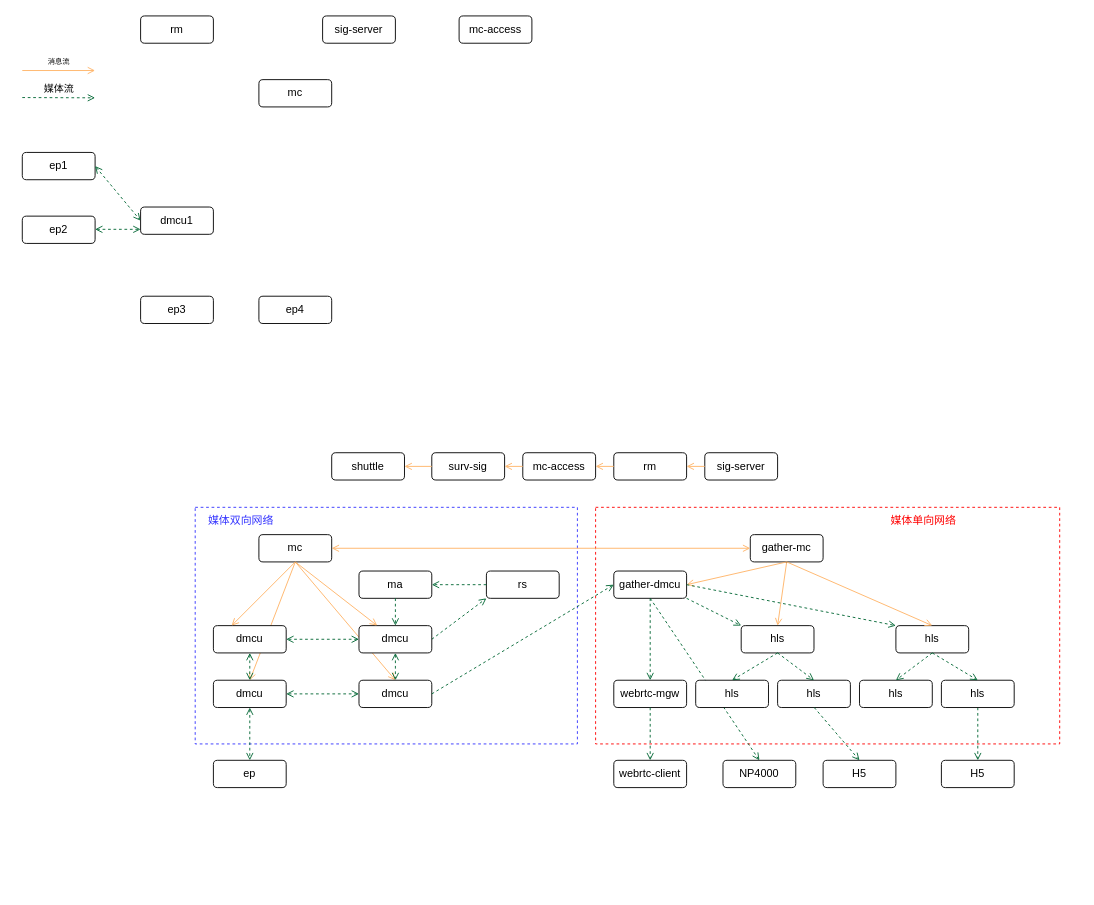
This is 单向网络-内网直播.drawio from Liaozengxiang/test, a draw.io file, before an edit. Source tidied: cells renumbered, new cells numbered last; positions are measured from the earlier drawing's top-left corner, leaving out a move shared by most shapes. Both pictures are drawn from the tidied source at 91%, with x=0, y=0 at pixel (22, 15).
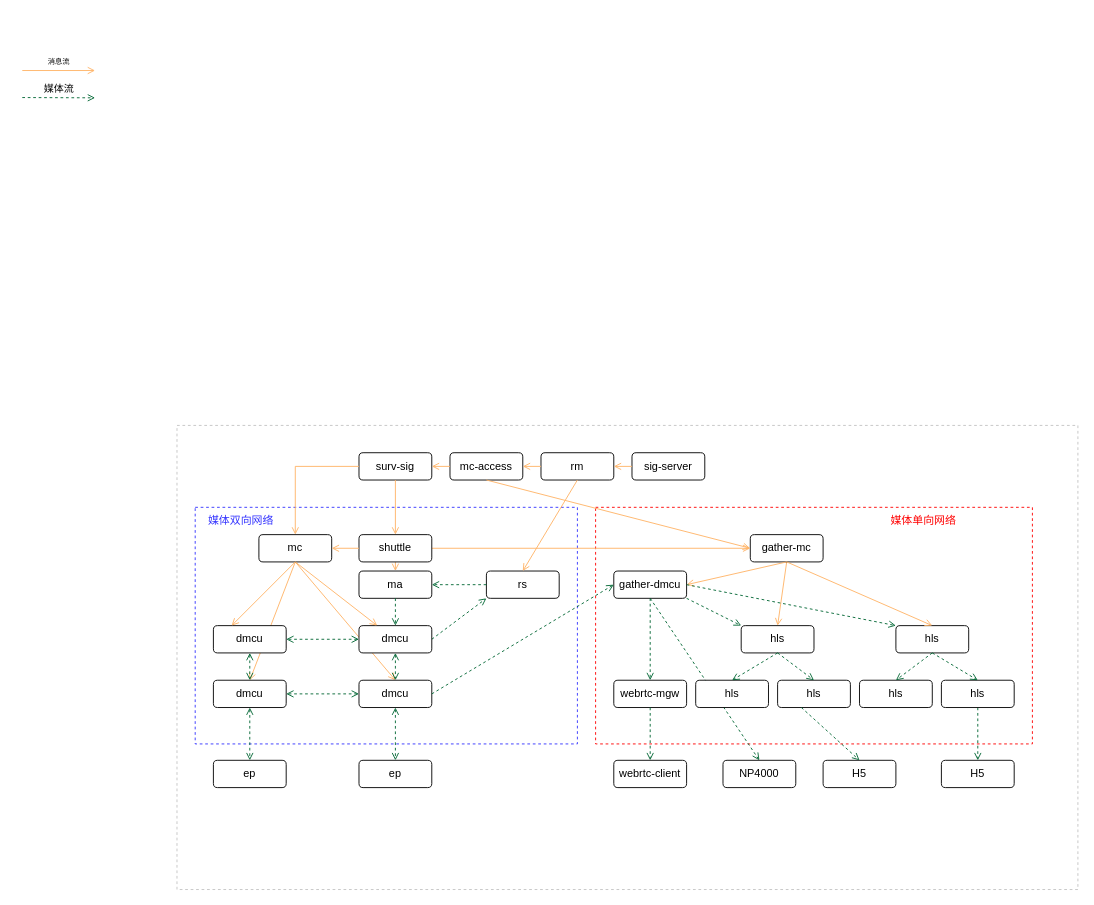
The same page after the edit.

Commit message (it also covers changes not shown here):
Update 单向网络-内网直播.drawio

Unchanged cells that the change refers to:
```xml
<mxCell id="17" value="gather-mc" style="rounded=1;whiteSpace=wrap;html=1;" parent="1" vertex="1">
  <mxGeometry x="800" y="570" width="80" height="30" as="geometry" />
</mxCell>
<mxCell id="39" value="ma" style="rounded=1;whiteSpace=wrap;html=1;" parent="1" vertex="1">
  <mxGeometry x="370" y="610" width="80" height="30" as="geometry" />
</mxCell>
<mxCell id="42" value="rs" style="rounded=1;whiteSpace=wrap;html=1;" parent="1" vertex="1">
  <mxGeometry x="510" y="610" width="80" height="30" as="geometry" />
</mxCell>
<mxCell id="51" value="dmcu" style="rounded=1;whiteSpace=wrap;html=1;" parent="1" vertex="1">
  <mxGeometry x="370" y="730" width="80" height="30" as="geometry" />
</mxCell>
<mxCell id="52" value="mc" style="rounded=1;whiteSpace=wrap;html=1;" parent="1" vertex="1">
  <mxGeometry x="260" y="570" width="80" height="30" as="geometry" />
</mxCell>
```

Change to the diagram source:
```diff
@@
+    <mxCell id="77" style="rounded=0;whiteSpace=wrap;html=1;dashed=1;fontSize=11;strokeColor=#C4C4C4;" parent="1" vertex="1">
+      <mxGeometry x="170" y="450" width="990" height="510" as="geometry" />
+    </mxCell>
     <mxCell id="2" style="rounded=0;whiteSpace=wrap;html=1;dashed=1;shadow=0;strokeWidth=1;perimeterSpacing=0;strokeColor=#FF0000;" parent="1" vertex="1">
-      <mxGeometry x="630" y="540" width="510" height="260" as="geometry" />
+      <mxGeometry x="630" y="540" width="480" height="260" as="geometry" />
     </mxCell>
@@
-    <mxCell id="8" value="sig-server" style="rounded=1;whiteSpace=wrap;html=1;" parent="1" vertex="1">
-      <mxGeometry x="330" width="80" height="30" as="geometry" />
-    </mxCell>
-    <mxCell id="9" value="mc" style="rounded=1;whiteSpace=wrap;html=1;" parent="1" vertex="1">
-      <mxGeometry x="260" y="70" width="80" height="30" as="geometry" />
-    </mxCell>
-    <mxCell id="10" value="dmcu1" style="rounded=1;whiteSpace=wrap;html=1;" parent="1" vertex="1">
-      <mxGeometry x="130" y="210" width="80" height="30" as="geometry" />
-    </mxCell>
-    <mxCell id="11" value="ep1" style="rounded=1;whiteSpace=wrap;html=1;" parent="1" vertex="1">
-      <mxGeometry y="150" width="80" height="30" as="geometry" />
-    </mxCell>
-    <mxCell id="12" value="ep2" style="rounded=1;whiteSpace=wrap;html=1;" parent="1" vertex="1">
-      <mxGeometry y="220" width="80" height="30" as="geometry" />
-    </mxCell>
-    <mxCell id="13" value="ep3" style="rounded=1;whiteSpace=wrap;html=1;" parent="1" vertex="1">
-      <mxGeometry x="130" y="308" width="80" height="30" as="geometry" />
-    </mxCell>
-    <mxCell id="14" value="ep4" style="rounded=1;whiteSpace=wrap;html=1;" parent="1" vertex="1">
-      <mxGeometry x="260" y="308" width="80" height="30" as="geometry" />
-    </mxCell>
-    <mxCell id="15" style="endArrow=open;startArrow=open;html=1;exitX=1;exitY=0.5;exitDx=0;exitDy=0;entryX=0;entryY=0.5;entryDx=0;entryDy=0;entryPerimeter=0;rounded=0;endFill=0;startFill=0;dashed=1;strokeColor=#006633;" parent="1" edge="1" source="11" target="10">
-      <mxGeometry relative="1" as="geometry" />
-    </mxCell>
-    <mxCell id="16" style="endArrow=open;startArrow=open;html=1;exitX=1;exitY=0.5;exitDx=0;exitDy=0;entryX=0;entryY=0.5;entryDx=0;entryDy=0;entryPerimeter=0;rounded=0;endFill=0;startFill=0;dashed=1;strokeColor=#006633;" parent="1" edge="1">
-      <mxGeometry relative="1" as="geometry">
-        <mxPoint x="80" y="234.5" as="sourcePoint" />
-        <mxPoint x="130" y="234.5" as="targetPoint" />
-      </mxGeometry>
-    </mxCell>
@@
-    <mxCell id="35" value="mc-access" style="rounded=1;whiteSpace=wrap;html=1;" parent="1" vertex="1">
-      <mxGeometry x="480" width="80" height="30" as="geometry" />
-    </mxCell>
-    <mxCell id="36" value="rm" style="rounded=1;whiteSpace=wrap;html=1;" parent="1" vertex="1">
-      <mxGeometry x="130" width="80" height="30" as="geometry" />
-    </mxCell>
@@
-    <mxCell id="38" value="shuttle" style="rounded=1;whiteSpace=wrap;html=1;" parent="1" vertex="1">
-      <mxGeometry x="340" y="480" width="80" height="30" as="geometry" />
-    </mxCell>
@@
     <mxCell id="40" value="sig-server" style="rounded=1;whiteSpace=wrap;html=1;" parent="1" vertex="1">
-      <mxGeometry x="750" y="480" width="80" height="30" as="geometry" />
+      <mxGeometry x="670" y="480" width="80" height="30" as="geometry" />
     </mxCell>
     <mxCell id="41" value="rm" style="rounded=1;whiteSpace=wrap;html=1;" parent="1" vertex="1">
-      <mxGeometry x="650" y="480" width="80" height="30" as="geometry" />
+      <mxGeometry x="570" y="480" width="80" height="30" as="geometry" />
     </mxCell>
@@
     <mxCell id="43" value="mc-access" style="rounded=1;whiteSpace=wrap;html=1;" parent="1" vertex="1">
-      <mxGeometry x="550" y="480" width="80" height="30" as="geometry" />
+      <mxGeometry x="470" y="480" width="80" height="30" as="geometry" />
     </mxCell>
     <mxCell id="44" value="surv-sig" style="rounded=1;whiteSpace=wrap;html=1;" parent="1" vertex="1">
-      <mxGeometry x="450" y="480" width="80" height="30" as="geometry" />
+      <mxGeometry x="370" y="480" width="80" height="30" as="geometry" />
     </mxCell>
@@
-    <mxCell id="49" style="endArrow=open;html=1;rounded=0;strokeColor=#FFB366;startArrow=open;startFill=0;endFill=0;entryX=0;entryY=0.5;entryDx=0;entryDy=0;exitX=1;exitY=0.5;exitDx=0;exitDy=0;" parent="1" edge="1" source="52" target="17">
+    <mxCell id="49" style="endArrow=open;html=1;rounded=0;strokeColor=#FFB366;startArrow=none;startFill=0;endFill=0;entryX=0;entryY=0.5;entryDx=0;entryDy=0;exitX=1;exitY=0.5;exitDx=0;exitDy=0;" parent="1" edge="1" source="38" target="17">
       <mxGeometry relative="1" as="geometry" />
     </mxCell>
@@
-    <mxCell id="53" style="endArrow=none;html=1;rounded=0;strokeColor=#FFB366;startArrow=open;startFill=0;endFill=0;entryX=0;entryY=0.5;entryDx=0;entryDy=0;exitX=1;exitY=0.5;exitDx=0;exitDy=0;" parent="1" edge="1" source="38" target="44">
+    <mxCell id="53" style="endArrow=none;html=1;rounded=0;strokeColor=#FFB366;startArrow=open;startFill=0;endFill=0;entryX=0.5;entryY=1;entryDx=0;entryDy=0;exitX=0.5;exitY=0;exitDx=0;exitDy=0;" parent="1" edge="1" source="38" target="44">
       <mxGeometry relative="1" as="geometry" />
     </mxCell>
@@
+    <mxCell id="78" style="endArrow=none;html=1;rounded=0;strokeColor=#FFB366;startArrow=open;startFill=0;endFill=0;entryX=0.5;entryY=1;entryDx=0;entryDy=0;exitX=0.5;exitY=0;exitDx=0;exitDy=0;" parent="1" edge="1" source="39" target="38">
+      <mxGeometry relative="1" as="geometry" />
+    </mxCell>
+    <mxCell id="79" style="endArrow=none;html=1;rounded=0;strokeColor=#FFB366;startArrow=open;startFill=0;endFill=0;entryX=0.5;entryY=1;entryDx=0;entryDy=0;exitX=0.5;exitY=0;exitDx=0;exitDy=0;" parent="1" edge="1" source="42" target="41">
+      <mxGeometry relative="1" as="geometry" />
+    </mxCell>
+    <mxCell id="80" style="endArrow=none;html=1;rounded=0;strokeColor=#FFB366;startArrow=open;startFill=0;endFill=0;entryX=0;entryY=0.5;entryDx=0;entryDy=0;exitX=0.5;exitY=0;exitDx=0;exitDy=0;" parent="1" edge="1" source="52" target="44">
+      <mxGeometry relative="1" as="geometry">
+        <Array as="points">
+          <mxPoint x="300" y="495" />
+        </Array>
+      </mxGeometry>
+    </mxCell>
+    <mxCell id="38" value="shuttle" style="rounded=1;whiteSpace=wrap;html=1;" parent="1" vertex="1">
+      <mxGeometry x="370" y="570" width="80" height="30" as="geometry" />
+    </mxCell>
+    <mxCell id="81" style="endArrow=none;html=1;rounded=0;strokeColor=#FFB366;startArrow=open;startFill=0;endFill=0;entryX=0;entryY=0.5;entryDx=0;entryDy=0;exitX=1;exitY=0.5;exitDx=0;exitDy=0;" parent="1" edge="1" source="52" target="38">
+      <mxGeometry relative="1" as="geometry" />
+    </mxCell>
+    <mxCell id="82" style="endArrow=none;html=1;rounded=0;strokeColor=#FFB366;startArrow=open;startFill=0;endFill=0;entryX=0.5;entryY=1;entryDx=0;entryDy=0;exitX=0;exitY=0.5;exitDx=0;exitDy=0;" parent="1" edge="1" source="17" target="43">
+      <mxGeometry relative="1" as="geometry" />
+    </mxCell>
+    <mxCell id="83" value="ep" style="rounded=1;whiteSpace=wrap;html=1;" parent="1" vertex="1">
+      <mxGeometry x="370" y="818" width="80" height="30" as="geometry" />
+    </mxCell>
+    <mxCell id="84" style="endArrow=open;startArrow=open;html=1;exitX=0.5;exitY=1;exitDx=0;exitDy=0;entryX=0.5;entryY=0;entryDx=0;entryDy=0;rounded=0;endFill=0;startFill=0;dashed=1;strokeColor=#006633;" parent="1" edge="1" source="51" target="83">
+      <mxGeometry relative="1" as="geometry" />
+    </mxCell>
```
